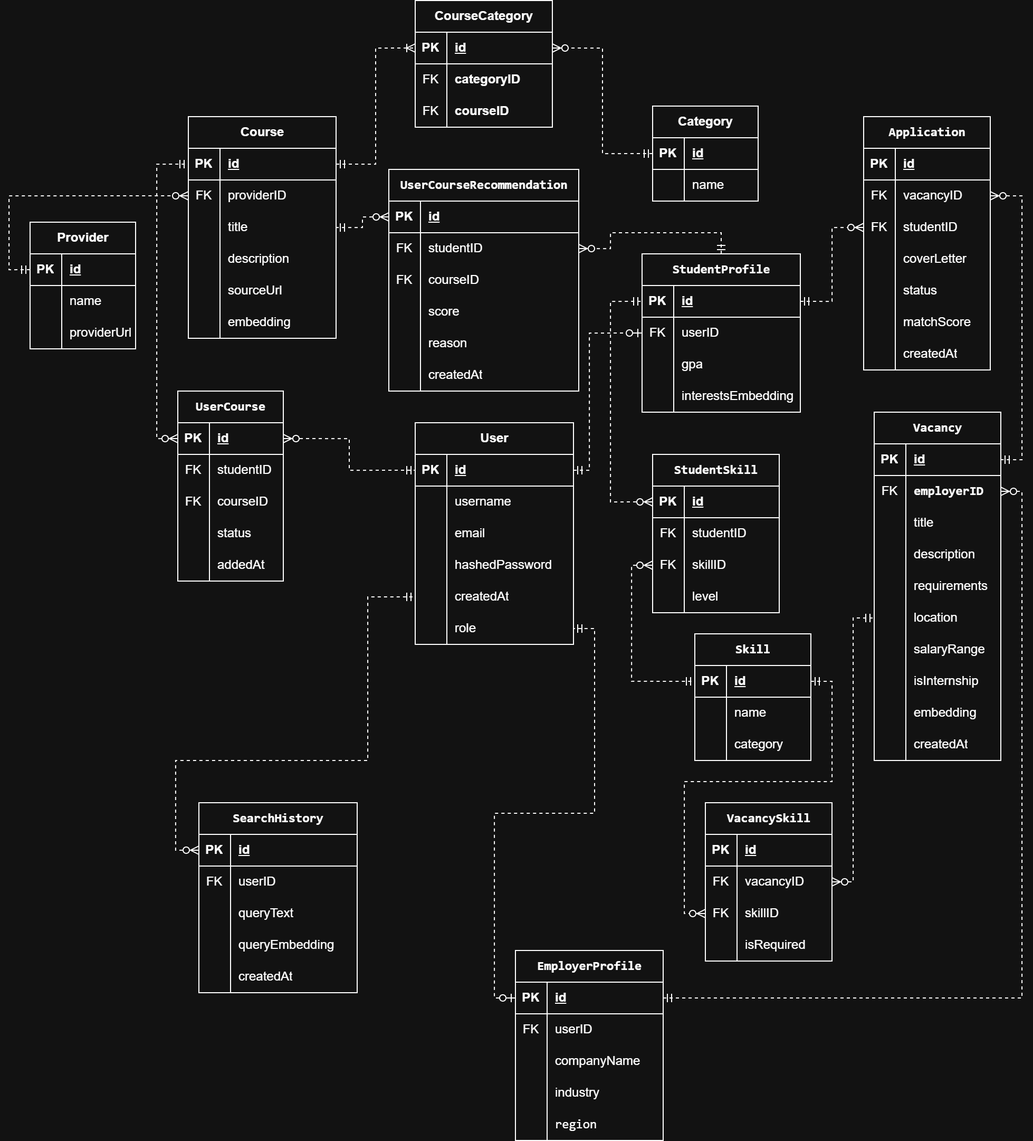
Earlier version of the draw.io export ER diagram/kumentor.drawio.png (Bu88lleGum/ku-mentor). Source tidied: cells renumbered, new cells last; positions are measured from the earlier drawing's top-left corner, leaving out a move shared by most shapes.
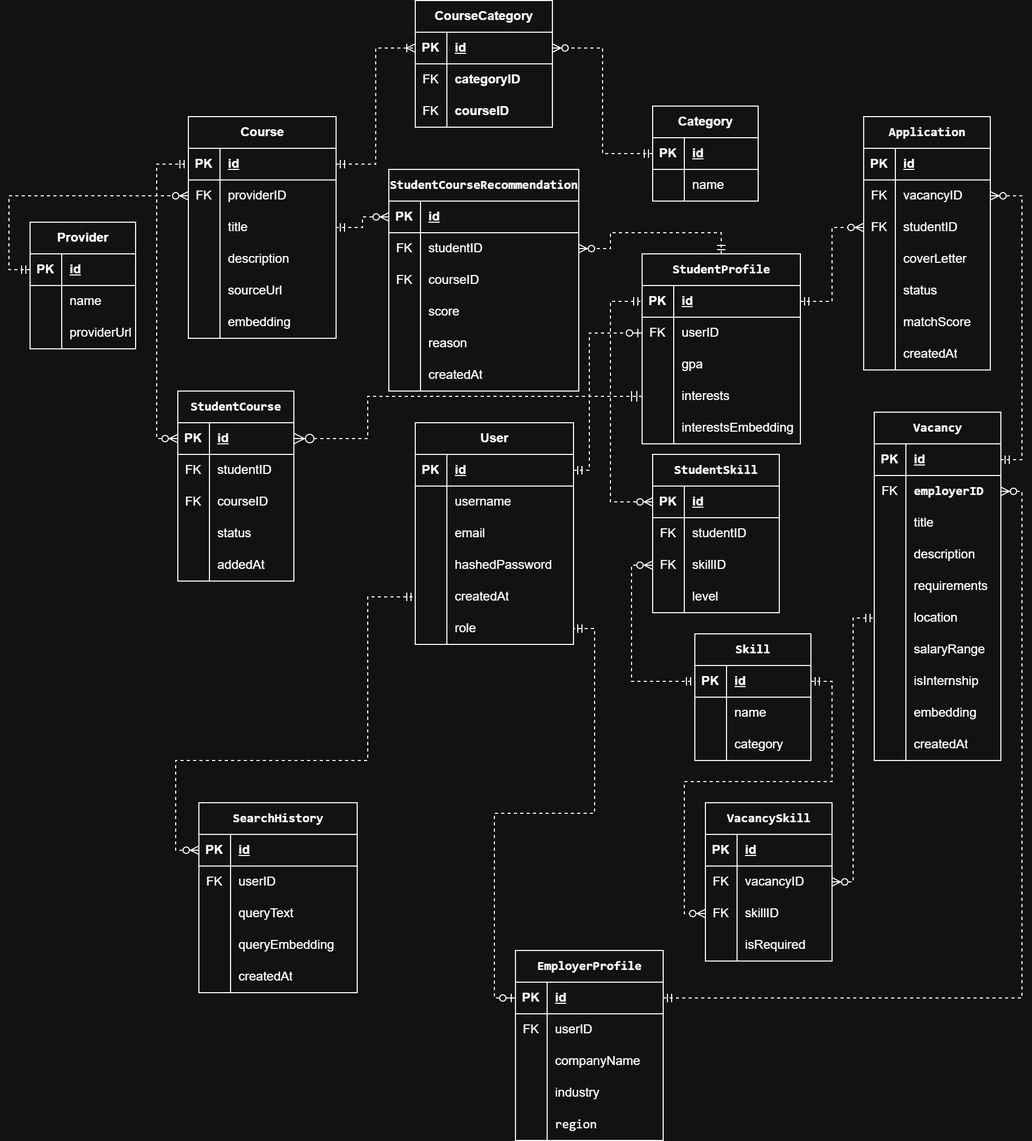
The same diagram one commit later.

What changed in the source:
```diff
@@ -210,7 +210,7 @@
       <mxGeometry relative="1" as="geometry" />
     </mxCell>
     <mxCell id="71" value="&lt;code&gt;StudentProfile&lt;/code&gt;" style="shape=table;startSize=30;rowLines=0;fontStyle=1;align=center;html=1;" parent="1" vertex="1">
-      <mxGeometry x="580" y="240" width="150" height="150" as="geometry" />
+      <mxGeometry x="580" y="240" width="150" height="180" as="geometry" />
     </mxCell>
     <mxCell id="72" style="shape=tableRow;horizontal=0;startSize=0;swimlaneHead=0;swimlaneBody=0;fillColor=none;points=[[0,0.5],[1,0.5]];portConstraint=eastwest;top=0;left=0;right=0;bottom=1;" parent="71" vertex="1">
       <mxGeometry y="30" width="150" height="30" as="geometry" />
@@ -245,9 +245,18 @@
     <mxCell id="82" style="shape=partialRectangle;fillColor=none;top=0;left=0;bottom=0;right=0;overflow=hidden;whiteSpace=wrap;html=1;" parent="81" vertex="1">
       <mxGeometry width="30" height="30" as="geometry" />
     </mxCell>
-    <mxCell id="83" value="interestsEmbedding" style="shape=partialRectangle;fillColor=none;top=0;left=0;bottom=0;right=0;align=left;spacingLeft=6;overflow=hidden;whiteSpace=wrap;html=1;" parent="81" vertex="1">
+    <mxCell id="83" value="interests" style="shape=partialRectangle;fillColor=none;top=0;left=0;bottom=0;right=0;align=left;spacingLeft=6;overflow=hidden;whiteSpace=wrap;html=1;" parent="81" vertex="1">
       <mxGeometry x="30" width="120" height="30" as="geometry" />
     </mxCell>
+    <mxCell id="253" style="shape=tableRow;horizontal=0;startSize=0;swimlaneHead=0;swimlaneBody=0;fillColor=none;top=0;left=0;right=0;bottom=0;" parent="71" vertex="1">
+      <mxGeometry y="150" width="150" height="30" as="geometry" />
+    </mxCell>
+    <mxCell id="254" style="shape=partialRectangle;fillColor=none;top=0;left=0;bottom=0;right=0;overflow=hidden;whiteSpace=wrap;html=1;" parent="253" vertex="1">
+      <mxGeometry width="30" height="30" as="geometry" />
+    </mxCell>
+    <mxCell id="255" value="interestsEmbedding" style="shape=partialRectangle;fillColor=none;top=0;left=0;bottom=0;right=0;align=left;spacingLeft=6;overflow=hidden;whiteSpace=wrap;html=1;" parent="253" vertex="1">
+      <mxGeometry x="30" width="120" height="30" as="geometry" />
+    </mxCell>
     <mxCell id="84" style="edgeStyle=orthogonalEdgeStyle;rounded=0;jettySize=auto;html=1;exitX=1;exitY=0.5;exitDx=0;exitDy=0;entryX=0;entryY=0.5;entryDx=0;entryDy=0;dashed=1;startArrow=ERmandOne;startFill=0;endArrow=ERzeroToOne;endFill=0;" parent="1" edge="1" source="29" target="75">
       <mxGeometry relative="1" as="geometry">
         <Array as="points">
@@ -675,61 +684,58 @@
         </Array>
       </mxGeometry>
     </mxCell>
-    <mxCell id="215" value="&lt;code&gt;UserCourse&lt;/code&gt;" style="shape=table;startSize=30;rowLines=0;fontStyle=1;align=center;html=1;" parent="1" vertex="1">
-      <mxGeometry x="140" y="370" width="100" height="180" as="geometry" />
+    <mxCell id="215" value="&lt;code&gt;StudentCourse&lt;/code&gt;" style="shape=table;startSize=30;rowLines=0;fontStyle=1;align=center;html=1;" parent="1" vertex="1">
+      <mxGeometry x="140" y="370" width="110" height="180" as="geometry" />
     </mxCell>
     <mxCell id="216" style="shape=tableRow;horizontal=0;startSize=0;swimlaneHead=0;swimlaneBody=0;fillColor=none;points=[[0,0.5],[1,0.5]];portConstraint=eastwest;top=0;left=0;right=0;bottom=1;" parent="215" vertex="1">
-      <mxGeometry y="30" width="100" height="30" as="geometry" />
+      <mxGeometry y="30" width="110" height="30" as="geometry" />
     </mxCell>
     <mxCell id="217" value="PK" style="shape=partialRectangle;fillColor=none;top=0;left=0;bottom=0;right=0;fontStyle=1;overflow=hidden;whiteSpace=wrap;html=1;" parent="216" vertex="1">
       <mxGeometry width="30" height="30" as="geometry" />
     </mxCell>
     <mxCell id="218" value="id" style="shape=partialRectangle;fillColor=none;top=0;left=0;bottom=0;right=0;align=left;spacingLeft=6;fontStyle=5;overflow=hidden;whiteSpace=wrap;html=1;" parent="216" vertex="1">
-      <mxGeometry x="30" width="70" height="30" as="geometry" />
+      <mxGeometry x="30" width="80" height="30" as="geometry" />
     </mxCell>
     <mxCell id="219" style="shape=tableRow;horizontal=0;startSize=0;swimlaneHead=0;swimlaneBody=0;fillColor=none;top=0;left=0;right=0;bottom=0;" parent="215" vertex="1">
-      <mxGeometry y="60" width="100" height="30" as="geometry" />
+      <mxGeometry y="60" width="110" height="30" as="geometry" />
     </mxCell>
     <mxCell id="220" value="FK" style="shape=partialRectangle;fillColor=none;top=0;left=0;bottom=0;right=0;overflow=hidden;whiteSpace=wrap;html=1;" parent="219" vertex="1">
       <mxGeometry width="30" height="30" as="geometry" />
     </mxCell>
     <mxCell id="221" value="studentID" style="shape=partialRectangle;fillColor=none;top=0;left=0;bottom=0;right=0;align=left;spacingLeft=6;overflow=hidden;whiteSpace=wrap;html=1;" parent="219" vertex="1">
-      <mxGeometry x="30" width="70" height="30" as="geometry" />
+      <mxGeometry x="30" width="80" height="30" as="geometry" />
     </mxCell>
     <mxCell id="222" style="shape=tableRow;horizontal=0;startSize=0;swimlaneHead=0;swimlaneBody=0;fillColor=none;top=0;left=0;right=0;bottom=0;" parent="215" vertex="1">
-      <mxGeometry y="90" width="100" height="30" as="geometry" />
+      <mxGeometry y="90" width="110" height="30" as="geometry" />
     </mxCell>
     <mxCell id="223" value="FK" style="shape=partialRectangle;fillColor=none;top=0;left=0;bottom=0;right=0;overflow=hidden;whiteSpace=wrap;html=1;" parent="222" vertex="1">
       <mxGeometry width="30" height="30" as="geometry" />
     </mxCell>
     <mxCell id="224" value="courseID" style="shape=partialRectangle;fillColor=none;top=0;left=0;bottom=0;right=0;align=left;spacingLeft=6;overflow=hidden;whiteSpace=wrap;html=1;" parent="222" vertex="1">
-      <mxGeometry x="30" width="70" height="30" as="geometry" />
+      <mxGeometry x="30" width="80" height="30" as="geometry" />
     </mxCell>
     <mxCell id="225" style="shape=tableRow;horizontal=0;startSize=0;swimlaneHead=0;swimlaneBody=0;fillColor=none;top=0;left=0;right=0;bottom=0;" parent="215" vertex="1">
-      <mxGeometry y="120" width="100" height="30" as="geometry" />
+      <mxGeometry y="120" width="110" height="30" as="geometry" />
     </mxCell>
     <mxCell id="226" style="shape=partialRectangle;fillColor=none;top=0;left=0;bottom=0;right=0;overflow=hidden;whiteSpace=wrap;html=1;" parent="225" vertex="1">
       <mxGeometry width="30" height="30" as="geometry" />
     </mxCell>
     <mxCell id="227" value="status" style="shape=partialRectangle;fillColor=none;top=0;left=0;bottom=0;right=0;align=left;spacingLeft=6;overflow=hidden;whiteSpace=wrap;html=1;" parent="225" vertex="1">
-      <mxGeometry x="30" width="70" height="30" as="geometry" />
+      <mxGeometry x="30" width="80" height="30" as="geometry" />
     </mxCell>
     <mxCell id="228" style="shape=tableRow;horizontal=0;startSize=0;swimlaneHead=0;swimlaneBody=0;fillColor=none;top=0;left=0;right=0;bottom=0;" parent="215" vertex="1">
-      <mxGeometry y="150" width="100" height="30" as="geometry" />
+      <mxGeometry y="150" width="110" height="30" as="geometry" />
     </mxCell>
     <mxCell id="229" style="shape=partialRectangle;fillColor=none;top=0;left=0;bottom=0;right=0;overflow=hidden;whiteSpace=wrap;html=1;" parent="228" vertex="1">
       <mxGeometry width="30" height="30" as="geometry" />
     </mxCell>
     <mxCell id="230" value="addedAt" style="shape=partialRectangle;fillColor=none;top=0;left=0;bottom=0;right=0;align=left;spacingLeft=6;overflow=hidden;whiteSpace=wrap;html=1;" parent="228" vertex="1">
-      <mxGeometry x="30" width="70" height="30" as="geometry" />
+      <mxGeometry x="30" width="80" height="30" as="geometry" />
     </mxCell>
-    <mxCell id="231" style="edgeStyle=orthogonalEdgeStyle;rounded=0;jettySize=auto;html=1;exitX=1;exitY=0.5;exitDx=0;exitDy=0;entryX=0;entryY=0.5;entryDx=0;entryDy=0;endArrow=ERmandOne;endFill=0;startArrow=ERzeroToMany;startFill=0;dashed=1;" parent="1" edge="1" source="216" target="29">
-      <mxGeometry relative="1" as="geometry" />
-    </mxCell>
     <mxCell id="232" style="edgeStyle=orthogonalEdgeStyle;rounded=0;jettySize=auto;html=1;exitX=0;exitY=0.5;exitDx=0;exitDy=0;entryX=0;entryY=0.5;entryDx=0;entryDy=0;dashed=1;endArrow=ERmandOne;endFill=0;startArrow=ERzeroToMany;startFill=0;" parent="1" edge="1" source="216" target="3">
       <mxGeometry relative="1" as="geometry" />
     </mxCell>
-    <mxCell id="233" value="&lt;code&gt;UserCourseRecommendation&lt;/code&gt;" style="shape=table;startSize=30;rowLines=0;fontStyle=1;align=center;html=1;" parent="1" vertex="1">
+    <mxCell id="233" value="&lt;code&gt;StudentCourseRecommendation&lt;/code&gt;" style="shape=table;startSize=30;rowLines=0;fontStyle=1;align=center;html=1;" parent="1" vertex="1">
       <mxGeometry x="340" y="160" width="180" height="210" as="geometry" />
     </mxCell>
     <mxCell id="234" style="shape=tableRow;horizontal=0;startSize=0;swimlaneHead=0;swimlaneBody=0;fillColor=none;points=[[0,0.5],[1,0.5]];portConstraint=eastwest;top=0;left=0;right=0;bottom=1;" parent="233" vertex="1">
@@ -789,5 +795,13 @@
     <mxCell id="252" style="edgeStyle=orthogonalEdgeStyle;rounded=0;jettySize=auto;html=1;exitX=0;exitY=0.5;exitDx=0;exitDy=0;dashed=1;endArrow=ERmandOne;endFill=0;startArrow=ERzeroToMany;startFill=0;" parent="1" edge="1" source="234" target="2">
       <mxGeometry relative="1" as="geometry" />
     </mxCell>
+    <mxCell id="256" style="edgeStyle=orthogonalEdgeStyle;rounded=0;jettySize=auto;html=1;exitX=0;exitY=0.5;exitDx=0;exitDy=0;entryX=1;entryY=0.5;entryDx=0;entryDy=0;fontSize=12;startSize=8;endSize=8;dashed=1;endArrow=ERzeroToMany;endFill=0;startArrow=ERmandOne;startFill=0;" parent="1" edge="1" source="81" target="216">
+      <mxGeometry relative="1" as="geometry">
+        <Array as="points">
+          <mxPoint x="320" y="375" />
+          <mxPoint x="320" y="415" />
+        </Array>
+      </mxGeometry>
+    </mxCell>
   </root>
 </mxGraphModel>
```
